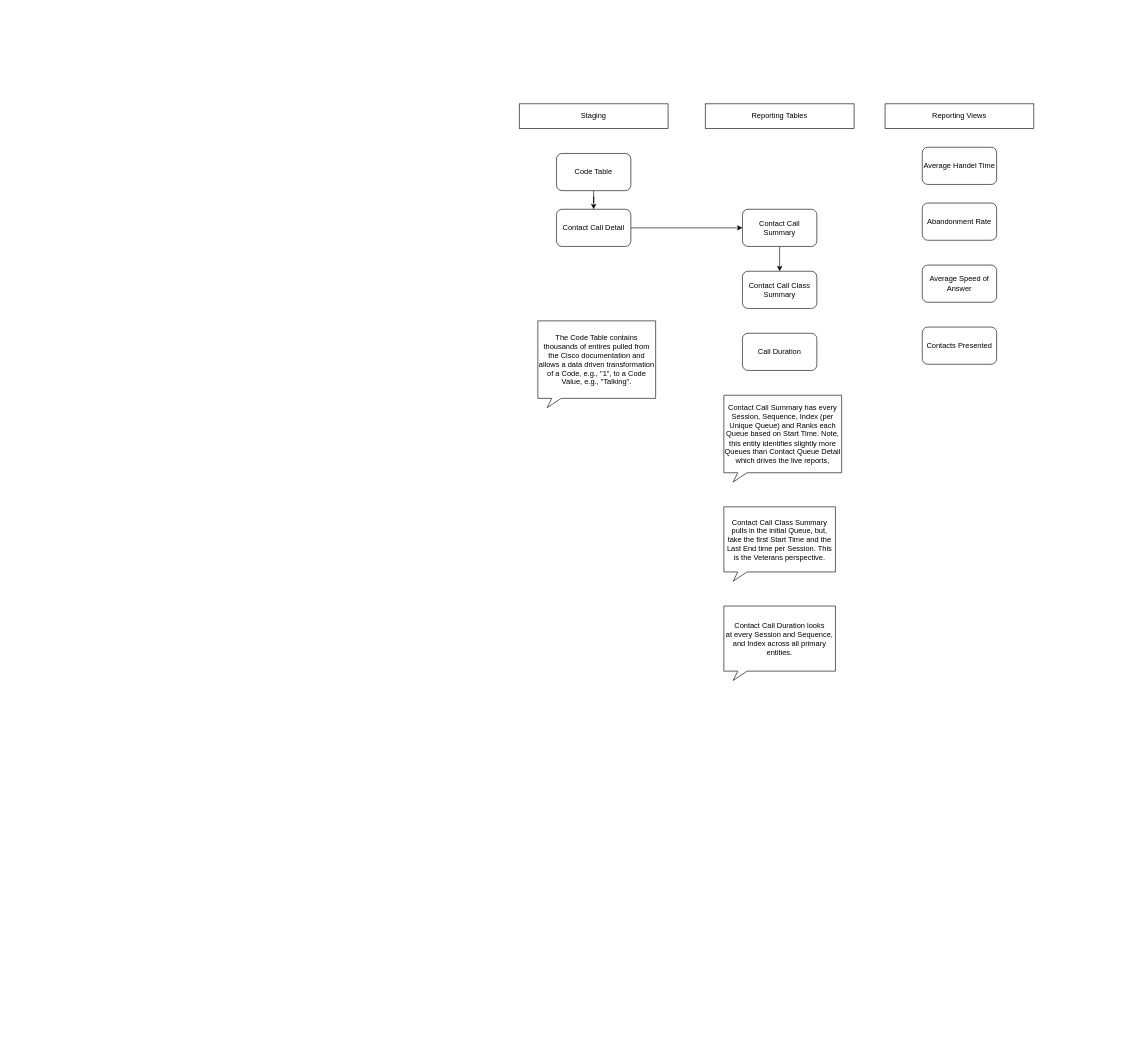
The draw.io diagram Department of Veteran Affairs/Data Lineage.drawio in dataacumen/da-architectural-diagrams, before the edit. Source tidied: cells renumbered, new cells numbered last; positions are measured from the earlier drawing's top-left corner, leaving out a move shared by most shapes. Both pictures are drawn from the tidied source at 62%, with x=0, y=0 at pixel (519, 104).
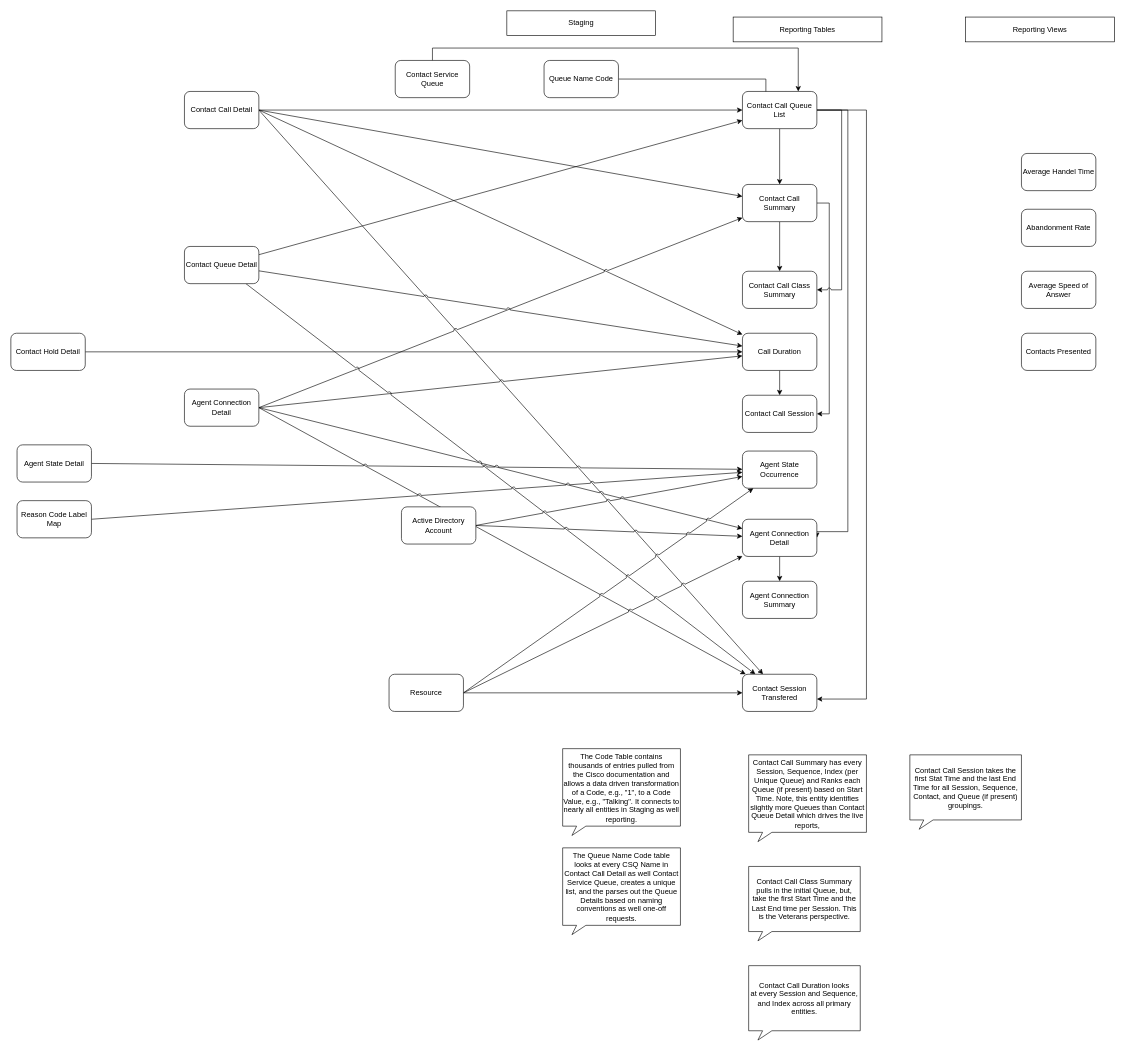
The same page after the edit.

The change refers to these unchanged cells:
```xml
<mxCell id="4" value="Contact Call Class Summary" style="rounded=1;whiteSpace=wrap;html=1;" parent="1" vertex="1">
  <mxGeometry x="360" y="270" width="120" height="60" as="geometry" />
</mxCell>
<mxCell id="5" value="Call Duration" style="rounded=1;whiteSpace=wrap;html=1;" parent="1" vertex="1">
  <mxGeometry x="360" y="370" width="120" height="60" as="geometry" />
</mxCell>
```

Change to the diagram source:
```diff
@@
+    <mxCell id="21" style="edgeStyle=orthogonalEdgeStyle;rounded=0;jumpStyle=arc;jettySize=auto;html=1;exitX=1;exitY=0.5;exitDx=0;exitDy=0;entryX=1;entryY=0.5;entryDx=0;entryDy=0;" parent="1" edge="1" source="3" target="47">
+      <mxGeometry relative="1" as="geometry" />
+    </mxCell>
     <mxCell id="3" value="Contact Call Summary" style="rounded=1;whiteSpace=wrap;html=1;" parent="1" vertex="1">
-      <mxGeometry x="360" y="170" width="120" height="60" as="geometry" />
+      <mxGeometry x="360" y="130" width="120" height="60" as="geometry" />
     </mxCell>
@@
+    <mxCell id="22" style="edgeStyle=none;rounded=0;jumpStyle=arc;jettySize=auto;html=1;exitX=0.5;exitY=1;exitDx=0;exitDy=0;" parent="1" edge="1" source="5" target="47">
+      <mxGeometry relative="1" as="geometry" />
+    </mxCell>
@@
+    <mxCell id="23" style="edgeStyle=none;rounded=0;jettySize=auto;html=1;exitX=1;exitY=0.5;exitDx=0;exitDy=0;jumpStyle=arc;" parent="1" edge="1" source="7">
+      <mxGeometry relative="1" as="geometry">
+        <mxPoint x="360" y="10" as="targetPoint" />
+      </mxGeometry>
+    </mxCell>
-    <mxCell id="6" style="edgeStyle=orthogonalEdgeStyle;rounded=0;jettySize=auto;html=1;" parent="1" edge="1" source="7" target="3">
+    <mxCell id="6" style="edgeStyle=none;rounded=0;jettySize=auto;html=1;exitX=1;exitY=0.5;exitDx=0;exitDy=0;jumpStyle=arc;" parent="1" edge="1" source="7" target="3">
       <mxGeometry relative="1" as="geometry" />
     </mxCell>
+    <mxCell id="24" style="rounded=0;jettySize=auto;html=1;exitX=1;exitY=0.5;exitDx=0;exitDy=0;jumpStyle=arc;" parent="1" edge="1" source="7" target="5">
+      <mxGeometry relative="1" as="geometry" />
+    </mxCell>
+    <mxCell id="25" style="rounded=0;jumpStyle=arc;jettySize=auto;html=1;exitX=1;exitY=0.5;exitDx=0;exitDy=0;" parent="1" edge="1" source="7" target="53">
+      <mxGeometry relative="1" as="geometry" />
+    </mxCell>
     <mxCell id="7" value="Contact Call Detail" style="rounded=1;whiteSpace=wrap;html=1;" parent="1" vertex="1">
-      <mxGeometry x="60" y="170" width="120" height="60" as="geometry" />
+      <mxGeometry x="-540" y="-20" width="120" height="60" as="geometry" />
     </mxCell>
-    <mxCell id="8" style="edgeStyle=orthogonalEdgeStyle;rounded=0;jettySize=auto;html=1;exitX=0.5;exitY=1;exitDx=0;exitDy=0;" parent="1" edge="1" source="9" target="7">
-      <mxGeometry relative="1" as="geometry" />
-    </mxCell>
-    <mxCell id="9" value="Code Table" style="rounded=1;whiteSpace=wrap;html=1;" parent="1" vertex="1">
-      <mxGeometry x="60" y="80" width="120" height="60" as="geometry" />
-    </mxCell>
     <mxCell id="10" value="Staging" style="rounded=0;whiteSpace=wrap;html=1;" parent="1" vertex="1">
-      <mxGeometry width="240" height="40" as="geometry" />
+      <mxGeometry x="-20" y="-150" width="240" height="40" as="geometry" />
     </mxCell>
     <mxCell id="11" value="Reporting Tables" style="rounded=0;whiteSpace=wrap;html=1;" parent="1" vertex="1">
-      <mxGeometry x="300" width="240" height="40" as="geometry" />
+      <mxGeometry x="345" y="-140" width="240" height="40" as="geometry" />
     </mxCell>
     <mxCell id="12" value="Reporting Views" style="rounded=0;whiteSpace=wrap;html=1;" parent="1" vertex="1">
-      <mxGeometry x="590" width="240" height="40" as="geometry" />
+      <mxGeometry x="720" y="-140" width="240" height="40" as="geometry" />
     </mxCell>
     <mxCell id="13" value="Average Handel Time" style="rounded=1;whiteSpace=wrap;html=1;" parent="1" vertex="1">
-      <mxGeometry x="650" y="70" width="120" height="60" as="geometry" />
+      <mxGeometry x="810" y="80" width="120" height="60" as="geometry" />
     </mxCell>
     <mxCell id="14" value="Abandonment Rate" style="rounded=1;whiteSpace=wrap;html=1;" parent="1" vertex="1">
-      <mxGeometry x="650" y="160" width="120" height="60" as="geometry" />
+      <mxGeometry x="810" y="170" width="120" height="60" as="geometry" />
     </mxCell>
     <mxCell id="15" value="Average Speed of Answer" style="rounded=1;whiteSpace=wrap;html=1;" parent="1" vertex="1">
-      <mxGeometry x="650" y="260" width="120" height="60" as="geometry" />
+      <mxGeometry x="810" y="270" width="120" height="60" as="geometry" />
     </mxCell>
     <mxCell id="16" value="Contacts Presented" style="rounded=1;whiteSpace=wrap;html=1;" parent="1" vertex="1">
-      <mxGeometry x="650" y="360" width="120" height="60" as="geometry" />
+      <mxGeometry x="810" y="370" width="120" height="60" as="geometry" />
     </mxCell>
-    <mxCell id="17" value="Contact Call Summary has every Session, Sequence, Index (per Unique Queue) and Ranks each Queue based on Start Time. Note, this entity identifies slightly more Queues than Contact Queue Detail which drives the live reports," style="whiteSpace=wrap;html=1;shape=mxgraph.basic.rectCallout;dx=30;dy=15;boundedLbl=1;" parent="1" vertex="1">
-      <mxGeometry x="330" y="470" width="190" height="140" as="geometry" />
+    <mxCell id="17" value="Contact Call Summary has every Session, Sequence, Index (per Unique Queue) and Ranks each Queue (if present) based on Start Time. Note, this entity identifies slightly more Queues than Contact Queue Detail which drives the live reports," style="whiteSpace=wrap;html=1;shape=mxgraph.basic.rectCallout;dx=30;dy=15;boundedLbl=1;" parent="1" vertex="1">
+      <mxGeometry x="370" y="1050" width="190" height="140" as="geometry" />
     </mxCell>
     <mxCell id="18" value="Contact Call Class Summary pulls in the initial Queue, but, take the first Start Time and the Last End time per Session. This is the Veterans perspective." style="whiteSpace=wrap;html=1;shape=mxgraph.basic.rectCallout;dx=30;dy=15;boundedLbl=1;" parent="1" vertex="1">
-      <mxGeometry x="330" y="650" width="180" height="120" as="geometry" />
+      <mxGeometry x="370" y="1230" width="180" height="120" as="geometry" />
     </mxCell>
     <mxCell id="19" value="Contact Call Duration looks at&amp;nbsp;every Session and Sequence, and Index across all primary entities." style="whiteSpace=wrap;html=1;shape=mxgraph.basic.rectCallout;dx=30;dy=15;boundedLbl=1;" parent="1" vertex="1">
-      <mxGeometry x="330" y="810" width="180" height="120" as="geometry" />
+      <mxGeometry x="370" y="1390" width="180" height="120" as="geometry" />
     </mxCell>
-    <mxCell id="20" value="The Code Table contains thousands of entires pulled from the Cisco documentation and allows a data driven transformation of a Code, e.g., &quot;1&quot;, to a Code Value, e.g., &quot;Talking&quot;." style="whiteSpace=wrap;html=1;shape=mxgraph.basic.rectCallout;dx=30;dy=15;boundedLbl=1;" parent="1" vertex="1">
-      <mxGeometry x="30" y="350" width="190" height="140" as="geometry" />
+    <mxCell id="20" value="The Code Table contains thousands of entries pulled from the Cisco documentation and allows a data driven transformation of a Code, e.g., &quot;1&quot;, to a Code Value, e.g., &quot;Talking&quot;. It connects to nearly all entities in Staging as well reporting." style="whiteSpace=wrap;html=1;shape=mxgraph.basic.rectCallout;dx=30;dy=15;boundedLbl=1;" parent="1" vertex="1">
+      <mxGeometry x="70" y="1040" width="190" height="140" as="geometry" />
     </mxCell>
+    <mxCell id="26" style="edgeStyle=orthogonalEdgeStyle;rounded=0;jettySize=auto;html=1;exitX=0.5;exitY=1;exitDx=0;exitDy=0;entryX=0.5;entryY=0;entryDx=0;entryDy=0;" parent="1" edge="1" source="30" target="3">
+      <mxGeometry relative="1" as="geometry" />
+    </mxCell>
+    <mxCell id="27" style="edgeStyle=orthogonalEdgeStyle;rounded=0;jettySize=auto;html=1;exitX=1;exitY=0.5;exitDx=0;exitDy=0;entryX=1;entryY=0.5;entryDx=0;entryDy=0;jumpStyle=arc;" parent="1" edge="1" source="30" target="4">
+      <mxGeometry relative="1" as="geometry">
+        <Array as="points">
+          <mxPoint x="520" y="10" />
+          <mxPoint x="520" y="300" />
+        </Array>
+      </mxGeometry>
+    </mxCell>
+    <mxCell id="28" style="edgeStyle=orthogonalEdgeStyle;rounded=0;jumpStyle=arc;jettySize=auto;html=1;exitX=1;exitY=0.5;exitDx=0;exitDy=0;entryX=1;entryY=0.5;entryDx=0;entryDy=0;" parent="1" edge="1" source="30" target="52">
+      <mxGeometry relative="1" as="geometry">
+        <Array as="points">
+          <mxPoint x="530" y="10" />
+          <mxPoint x="530" y="690" />
+        </Array>
+      </mxGeometry>
+    </mxCell>
+    <mxCell id="29" style="edgeStyle=orthogonalEdgeStyle;rounded=0;jumpStyle=arc;jettySize=auto;html=1;exitX=1;exitY=0.5;exitDx=0;exitDy=0;" parent="1" edge="1" source="30" target="53">
+      <mxGeometry relative="1" as="geometry">
+        <Array as="points">
+          <mxPoint x="560" y="10" />
+          <mxPoint x="560" y="960" />
+        </Array>
+      </mxGeometry>
+    </mxCell>
+    <mxCell id="30" value="Contact Call Queue List" style="rounded=1;whiteSpace=wrap;html=1;" parent="1" vertex="1">
+      <mxGeometry x="360" y="-20" width="120" height="60" as="geometry" />
+    </mxCell>
+    <mxCell id="31" style="edgeStyle=none;rounded=0;jettySize=auto;html=1;exitX=1;exitY=0.5;exitDx=0;exitDy=0;jumpStyle=arc;" parent="1" edge="1" source="35" target="3">
+      <mxGeometry relative="1" as="geometry" />
+    </mxCell>
+    <mxCell id="32" style="edgeStyle=none;rounded=0;jettySize=auto;html=1;exitX=1;exitY=0.5;exitDx=0;exitDy=0;jumpStyle=arc;" parent="1" edge="1" source="35" target="5">
+      <mxGeometry relative="1" as="geometry" />
+    </mxCell>
+    <mxCell id="33" style="rounded=0;jumpStyle=arc;jettySize=auto;html=1;exitX=1;exitY=0.5;exitDx=0;exitDy=0;" parent="1" edge="1" source="35" target="52">
+      <mxGeometry relative="1" as="geometry" />
+    </mxCell>
+    <mxCell id="34" style="edgeStyle=none;rounded=0;jumpStyle=arc;jettySize=auto;html=1;exitX=1;exitY=0.5;exitDx=0;exitDy=0;" parent="1" edge="1" source="35" target="53">
+      <mxGeometry relative="1" as="geometry" />
+    </mxCell>
+    <mxCell id="35" value="Agent Connection Detail" style="rounded=1;whiteSpace=wrap;html=1;" parent="1" vertex="1">
+      <mxGeometry x="-540" y="460" width="120" height="60" as="geometry" />
+    </mxCell>
+    <mxCell id="36" style="rounded=0;jettySize=auto;html=1;entryX=0.315;entryY=0.001;entryDx=0;entryDy=0;edgeStyle=orthogonalEdgeStyle;endArrow=none;endFill=0;entryPerimeter=0;" parent="1" edge="1" source="37" target="30">
+      <mxGeometry relative="1" as="geometry" />
+    </mxCell>
+    <mxCell id="37" value="Queue Name Code" style="rounded=1;whiteSpace=wrap;html=1;" parent="1" vertex="1">
+      <mxGeometry x="40" y="-70" width="120" height="60" as="geometry" />
+    </mxCell>
+    <mxCell id="38" value="The Queue Name Code table looks at every CSQ Name in Contact Call Detail as well Contact Service Queue, creates a unique list, and the parses out the Queue Details based on naming conventions as well one-off requests." style="whiteSpace=wrap;html=1;shape=mxgraph.basic.rectCallout;dx=30;dy=15;boundedLbl=1;" parent="1" vertex="1">
+      <mxGeometry x="70" y="1200" width="190" height="140" as="geometry" />
+    </mxCell>
+    <mxCell id="39" style="edgeStyle=orthogonalEdgeStyle;rounded=0;jettySize=auto;html=1;exitX=0.5;exitY=0;exitDx=0;exitDy=0;entryX=0.75;entryY=0;entryDx=0;entryDy=0;" parent="1" edge="1" source="40" target="30">
+      <mxGeometry relative="1" as="geometry" />
+    </mxCell>
+    <mxCell id="40" value="Contact Service Queue" style="rounded=1;whiteSpace=wrap;html=1;" parent="1" vertex="1">
+      <mxGeometry x="-200" y="-70" width="120" height="60" as="geometry" />
+    </mxCell>
+    <mxCell id="41" style="edgeStyle=none;rounded=0;jettySize=auto;html=1;" parent="1" edge="1" source="44" target="30">
+      <mxGeometry relative="1" as="geometry" />
+    </mxCell>
+    <mxCell id="42" style="edgeStyle=none;rounded=0;jettySize=auto;html=1;jumpStyle=arc;" parent="1" edge="1" source="44" target="5">
+      <mxGeometry relative="1" as="geometry" />
+    </mxCell>
+    <mxCell id="43" style="edgeStyle=none;rounded=0;jumpStyle=arc;jettySize=auto;html=1;" parent="1" edge="1" source="44" target="53">
+      <mxGeometry relative="1" as="geometry" />
+    </mxCell>
+    <mxCell id="44" value="Contact Queue Detail" style="rounded=1;whiteSpace=wrap;html=1;" parent="1" vertex="1">
+      <mxGeometry x="-540" y="230" width="120" height="60" as="geometry" />
+    </mxCell>
+    <mxCell id="45" style="edgeStyle=none;rounded=0;jettySize=auto;html=1;exitX=1;exitY=0.5;exitDx=0;exitDy=0;" parent="1" edge="1" source="46" target="5">
+      <mxGeometry relative="1" as="geometry" />
+    </mxCell>
+    <mxCell id="46" value="Contact Hold Detail" style="rounded=1;whiteSpace=wrap;html=1;" parent="1" vertex="1">
+      <mxGeometry x="-820" y="370" width="120" height="60" as="geometry" />
+    </mxCell>
+    <mxCell id="47" value="Contact Call Session" style="rounded=1;whiteSpace=wrap;html=1;" parent="1" vertex="1">
+      <mxGeometry x="360" y="470" width="120" height="60" as="geometry" />
+    </mxCell>
+    <mxCell id="48" value="Contact Call Session takes the first Stat Time and the last End Time for all Session, Sequence, Contact, and Queue (if present) groupings." style="whiteSpace=wrap;html=1;shape=mxgraph.basic.rectCallout;dx=30;dy=15;boundedLbl=1;" parent="1" vertex="1">
+      <mxGeometry x="630" y="1050" width="180" height="120" as="geometry" />
+    </mxCell>
+    <mxCell id="49" value="Agent State Occurrence" style="rounded=1;whiteSpace=wrap;html=1;" parent="1" vertex="1">
+      <mxGeometry x="360" y="560" width="120" height="60" as="geometry" />
+    </mxCell>
+    <mxCell id="50" value="Agent Connection Summary" style="rounded=1;whiteSpace=wrap;html=1;" parent="1" vertex="1">
+      <mxGeometry x="360" y="770" width="120" height="60" as="geometry" />
+    </mxCell>
+    <mxCell id="51" style="edgeStyle=orthogonalEdgeStyle;rounded=0;jumpStyle=arc;jettySize=auto;html=1;exitX=0.5;exitY=1;exitDx=0;exitDy=0;" parent="1" edge="1" source="52" target="50">
+      <mxGeometry relative="1" as="geometry" />
+    </mxCell>
+    <mxCell id="52" value="Agent Connection Detail" style="rounded=1;whiteSpace=wrap;html=1;" parent="1" vertex="1">
+      <mxGeometry x="360" y="670" width="120" height="60" as="geometry" />
+    </mxCell>
+    <mxCell id="53" value="Contact Session Transfered" style="rounded=1;whiteSpace=wrap;html=1;" parent="1" vertex="1">
+      <mxGeometry x="360" y="920" width="120" height="60" as="geometry" />
+    </mxCell>
+    <mxCell id="54" style="rounded=0;jumpStyle=arc;jettySize=auto;html=1;exitX=1;exitY=0.5;exitDx=0;exitDy=0;" parent="1" edge="1" source="55" target="49">
+      <mxGeometry relative="1" as="geometry" />
+    </mxCell>
+    <mxCell id="55" value="Agent State Detail" style="rounded=1;whiteSpace=wrap;html=1;" parent="1" vertex="1">
+      <mxGeometry x="-810" y="550" width="120" height="60" as="geometry" />
+    </mxCell>
+    <mxCell id="56" style="rounded=0;jumpStyle=arc;jettySize=auto;html=1;exitX=1;exitY=0.5;exitDx=0;exitDy=0;" parent="1" edge="1" source="58" target="49">
+      <mxGeometry relative="1" as="geometry" />
+    </mxCell>
+    <mxCell id="57" style="edgeStyle=none;rounded=0;jumpStyle=arc;jettySize=auto;html=1;exitX=1;exitY=0.5;exitDx=0;exitDy=0;" parent="1" edge="1" source="58" target="52">
+      <mxGeometry relative="1" as="geometry" />
+    </mxCell>
+    <mxCell id="58" value="Active Directory Account" style="rounded=1;whiteSpace=wrap;html=1;" parent="1" vertex="1">
+      <mxGeometry x="-190" y="650" width="120" height="60" as="geometry" />
+    </mxCell>
+    <mxCell id="59" style="rounded=0;jumpStyle=arc;jettySize=auto;html=1;exitX=1;exitY=0.5;exitDx=0;exitDy=0;" parent="1" edge="1" source="62" target="49">
+      <mxGeometry relative="1" as="geometry" />
+    </mxCell>
+    <mxCell id="60" style="edgeStyle=none;rounded=0;jumpStyle=arc;jettySize=auto;html=1;exitX=1;exitY=0.5;exitDx=0;exitDy=0;" parent="1" edge="1" source="62" target="52">
+      <mxGeometry relative="1" as="geometry" />
+    </mxCell>
+    <mxCell id="61" style="rounded=0;jumpStyle=arc;jettySize=auto;html=1;exitX=1;exitY=0.5;exitDx=0;exitDy=0;" parent="1" edge="1" source="62" target="53">
+      <mxGeometry relative="1" as="geometry" />
+    </mxCell>
+    <mxCell id="62" value="Resource" style="rounded=1;whiteSpace=wrap;html=1;" parent="1" vertex="1">
+      <mxGeometry x="-210" y="920" width="120" height="60" as="geometry" />
+    </mxCell>
+    <mxCell id="63" style="rounded=0;jumpStyle=arc;jettySize=auto;html=1;exitX=1;exitY=0.5;exitDx=0;exitDy=0;" parent="1" edge="1" source="64" target="49">
+      <mxGeometry relative="1" as="geometry" />
+    </mxCell>
+    <mxCell id="64" value="Reason Code Label Map" style="rounded=1;whiteSpace=wrap;html=1;" parent="1" vertex="1">
+      <mxGeometry x="-810" y="640" width="120" height="60" as="geometry" />
+    </mxCell>
```
